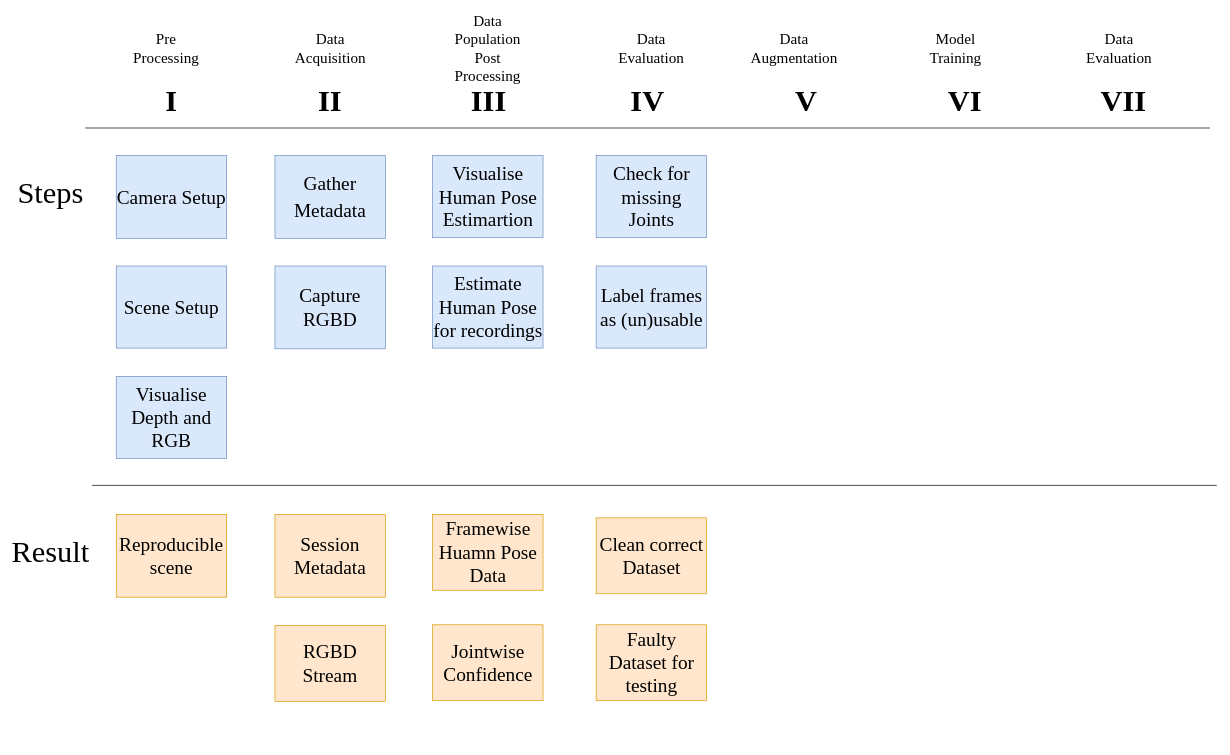
Earlier version of the draw.io diagram docs/Thesis/figures/ProcessingPipeline/ProcessingPipeline.drawio (LeonardoPohl/FESD). Source tidied: cells renumbered, new cells numbered last; positions are measured from the earlier drawing's top-left corner, leaving out a move shared by most shapes. Both pictures are drawn from the tidied source at 69%, with x=0, y=0 at pixel (30, 38).
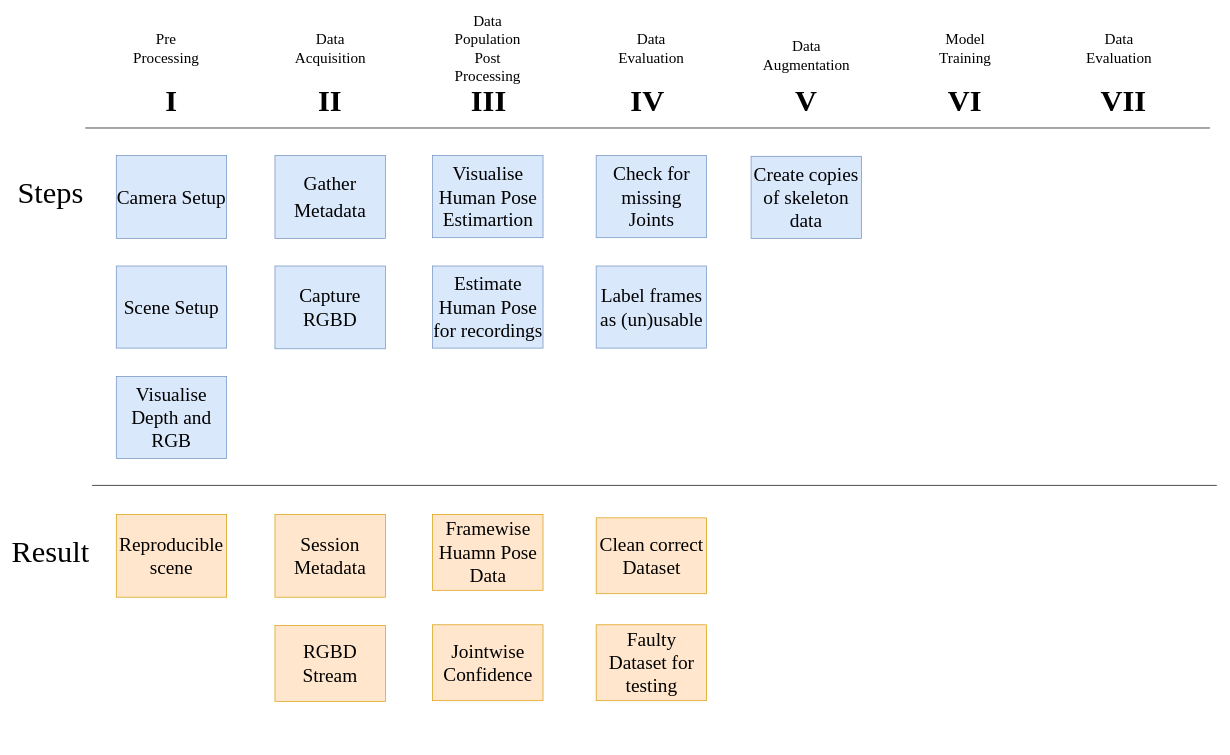
The same page after the edit.

The change refers to these unchanged cells:
```xml
<mxCell id="20" value="&lt;font style=&quot;font-size: 44px;&quot; face=&quot;Times New Roman&quot;&gt;V&lt;/font&gt;" style="swimlane;whiteSpace=wrap;html=1;strokeColor=none;fillColor=none;swimlaneLine=0;" parent="1" vertex="1">
  <mxGeometry x="1010" y="80" width="230" height="670" as="geometry" />
</mxCell>
```

The edit, as a diff of the source:
```diff
@@
     <mxCell id="16" value="&lt;font style=&quot;font-size: 44px;&quot; face=&quot;Times New Roman&quot;&gt;III&lt;/font&gt;" style="swimlane;whiteSpace=wrap;html=1;strokeColor=none;fillColor=none;swimlaneLine=0;" parent="1" vertex="1">
-      <mxGeometry x="550" y="80" width="230" height="720" as="geometry" />
+      <mxGeometry x="550" y="80" width="230" height="942" as="geometry" />
     </mxCell>
@@
+    <mxCell id="36" value="Create copies of skeleton data" style="rounded=0;whiteSpace=wrap;html=1;fontFamily=Times New Roman;fontSize=28;fillColor=#dae8fc;strokeColor=#6c8ebf;" parent="20" vertex="1">
+      <mxGeometry x="35" y="91" width="160" height="119" as="geometry" />
+    </mxCell>
@@
     <mxCell id="24" value="Data Augmentation" style="text;html=1;strokeColor=none;fillColor=none;align=center;verticalAlign=middle;whiteSpace=wrap;rounded=0;fontSize=22;fontFamily=Times New Roman;" parent="1" vertex="1">
-      <mxGeometry x="1070" width="75" height="30" as="geometry" />
+      <mxGeometry x="1087.5" y="10" width="75" height="30" as="geometry" />
     </mxCell>
@@
     <mxCell id="26" value="Model Training" style="text;html=1;strokeColor=none;fillColor=none;align=center;verticalAlign=middle;whiteSpace=wrap;rounded=0;fontSize=22;fontFamily=Times New Roman;" parent="1" vertex="1">
-      <mxGeometry x="1304" width="75" height="30" as="geometry" />
+      <mxGeometry x="1317.5" width="75" height="30" as="geometry" />
     </mxCell>
```
